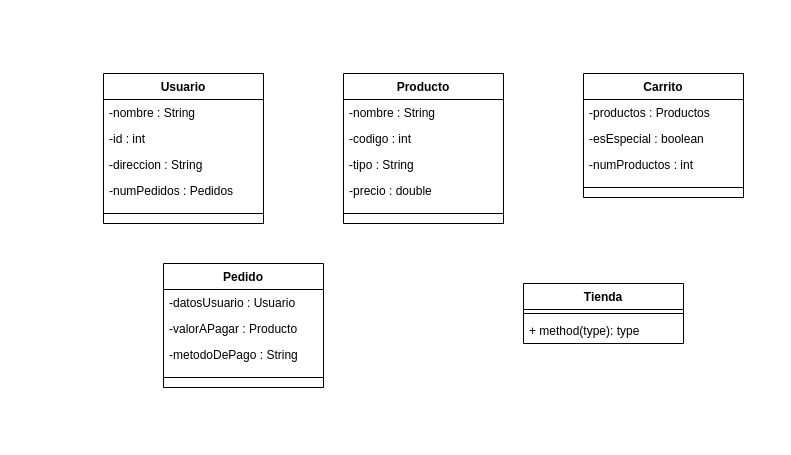
Above: Practica2-VerdugoCabreraWaltherSebastian/Sistema de e-commerce.drawio in verdugong/UPS-java-POO (draw.io), before the change. Source tidied: cells renumbered, new cells numbered last; positions are measured from the earlier drawing's top-left corner, leaving out a move shared by most shapes. Both pictures are drawn from the tidied source at 100%, with x=0, y=0 at pixel (103, 73).
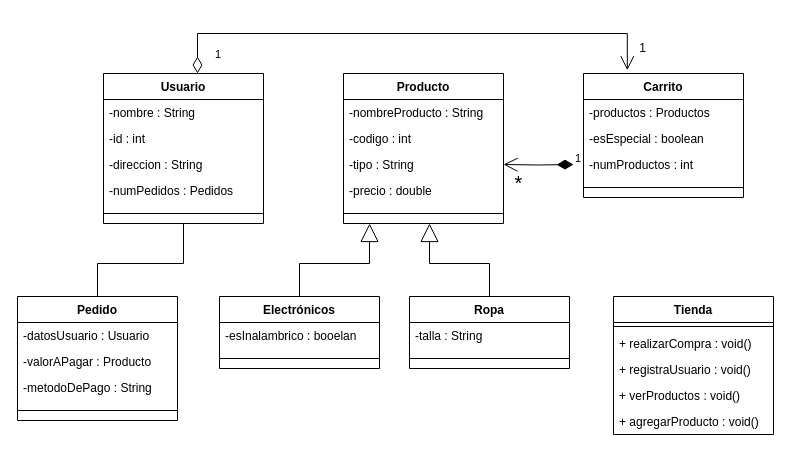
Above is the later version.

The change refers to these unchanged cells:
```xml
<mxCell id="8" value="Producto" style="swimlane;fontStyle=1;align=center;verticalAlign=top;horizontal=1;startSize=26;whiteSpace=wrap;html=1;" parent="1" vertex="1">
  <mxGeometry x="240" width="160" height="150" as="geometry" />
</mxCell>
<mxCell id="11" value="-tipo : String" style="text;strokeColor=none;fillColor=none;align=left;verticalAlign=top;spacingLeft=4;spacingRight=4;overflow=hidden;points=[[0,0.5],[1,0.5]];portConstraint=eastwest;whiteSpace=wrap;html=1;" parent="8" vertex="1">
  <mxGeometry y="78" width="160" height="26" as="geometry" />
</mxCell>
<mxCell id="13" style="line;strokeWidth=1;fillColor=none;align=left;verticalAlign=middle;spacingTop=-1;spacingLeft=3;spacingRight=3;labelPosition=right;points=[];portConstraint=eastwest;strokeColor=inherit;" parent="8" vertex="1">
  <mxGeometry y="130" width="160" height="20" as="geometry" />
</mxCell>
```

Diff of the diagram source:
```diff
@@
-    <mxCell id="9" value="-nombre : String" style="text;strokeColor=none;fillColor=none;align=left;verticalAlign=top;spacingLeft=4;spacingRight=4;overflow=hidden;whiteSpace=wrap;html=1;" parent="8" vertex="1">
+    <mxCell id="9" value="-nombreProducto : String" style="text;strokeColor=none;fillColor=none;align=left;verticalAlign=top;spacingLeft=4;spacingRight=4;overflow=hidden;whiteSpace=wrap;html=1;" parent="8" vertex="1">
       <mxGeometry y="26" width="160" height="26" as="geometry" />
     </mxCell>
@@
     <mxCell id="19" value="Pedido" style="swimlane;fontStyle=1;align=center;verticalAlign=top;horizontal=1;startSize=26;whiteSpace=wrap;html=1;" parent="1" vertex="1">
-      <mxGeometry x="60" y="190" width="160" height="124" as="geometry" />
+      <mxGeometry x="-86" y="223" width="160" height="124" as="geometry" />
     </mxCell>
@@
     <mxCell id="24" value="Tienda" style="swimlane;fontStyle=1;align=center;verticalAlign=top;horizontal=1;startSize=26;whiteSpace=wrap;html=1;" parent="1" vertex="1">
-      <mxGeometry x="420" y="210" width="160" height="60" as="geometry" />
+      <mxGeometry x="510" y="223" width="160" height="138" as="geometry" />
     </mxCell>
@@
+    <mxCell id="27" value="+ realizarCompra : void()" style="text;strokeColor=none;fillColor=none;align=left;verticalAlign=top;spacingLeft=4;spacingRight=4;overflow=hidden;whiteSpace=wrap;html=1;" parent="24" vertex="1">
+      <mxGeometry y="34" width="160" height="26" as="geometry" />
+    </mxCell>
-    <mxCell id="26" value="+ method(type): type" style="text;strokeColor=none;fillColor=none;align=left;verticalAlign=top;spacingLeft=4;spacingRight=4;overflow=hidden;whiteSpace=wrap;html=1;" parent="24" vertex="1">
-      <mxGeometry y="34" width="160" height="26" as="geometry" />
+    <mxCell id="26" value="+ registraUsuario : void()" style="text;strokeColor=none;fillColor=none;align=left;verticalAlign=top;spacingLeft=4;spacingRight=4;overflow=hidden;whiteSpace=wrap;html=1;" parent="24" vertex="1">
+      <mxGeometry y="60" width="160" height="26" as="geometry" />
     </mxCell>
+    <mxCell id="28" value="+ verProductos : void()" style="text;strokeColor=none;fillColor=none;align=left;verticalAlign=top;spacingLeft=4;spacingRight=4;overflow=hidden;whiteSpace=wrap;html=1;" parent="24" vertex="1">
+      <mxGeometry y="86" width="160" height="26" as="geometry" />
+    </mxCell>
+    <mxCell id="29" value="+ agregarProducto : void()" style="text;strokeColor=none;fillColor=none;align=left;verticalAlign=top;spacingLeft=4;spacingRight=4;overflow=hidden;whiteSpace=wrap;html=1;" parent="24" vertex="1">
+      <mxGeometry y="112" width="160" height="26" as="geometry" />
+    </mxCell>
+    <mxCell id="30" style="endArrow=none;html=1;rounded=0;exitX=0.5;exitY=0;exitDx=0;exitDy=0;" parent="1" edge="1" source="19">
+      <mxGeometry relative="1" as="geometry">
+        <mxPoint x="80" y="150" as="targetPoint" />
+        <Array as="points">
+          <mxPoint x="-6" y="190" />
+          <mxPoint x="80" y="190" />
+        </Array>
+      </mxGeometry>
+    </mxCell>
+    <mxCell id="31" value="1" style="endArrow=open;html=1;endSize=12;startArrow=diamondThin;startSize=14;startFill=1;edgeStyle=orthogonalEdgeStyle;align=left;verticalAlign=bottom;rounded=0;entryX=1;entryY=0.5;entryDx=0;entryDy=0;" parent="1" edge="1" target="11">
+      <mxGeometry x="-1" y="3" relative="1" as="geometry">
+        <mxPoint x="470" y="91" as="sourcePoint" />
+      </mxGeometry>
+    </mxCell>
+    <mxCell id="32" value="&lt;font style=&quot;font-size: 20px;&quot;&gt;*&lt;/font&gt;" style="text;html=1;align=center;verticalAlign=middle;strokeColor=none;fillColor=none;" parent="1" vertex="1">
+      <mxGeometry x="400" y="89" width="30" height="40" as="geometry" />
+    </mxCell>
+    <mxCell id="33" value="1" style="endArrow=open;html=1;endSize=12;startArrow=diamondThin;startSize=14;startFill=0;edgeStyle=orthogonalEdgeStyle;align=left;verticalAlign=bottom;rounded=0;entryX=0.442;entryY=-0.027;entryDx=0;entryDy=0;entryPerimeter=0;" parent="1" edge="1">
+      <mxGeometry x="-0.96" y="-16" relative="1" as="geometry">
+        <mxPoint x="94" as="sourcePoint" />
+        <mxPoint x="523.8" y="-3.3" as="targetPoint" />
+        <Array as="points">
+          <mxPoint x="94" y="-40" />
+          <mxPoint x="524" y="-40" />
+        </Array>
+      </mxGeometry>
+    </mxCell>
+    <mxCell id="34" value="1" style="text;html=1;align=center;verticalAlign=middle;strokeColor=none;fillColor=none;" parent="1" vertex="1">
+      <mxGeometry x="524" y="-40" width="30" height="30" as="geometry" />
+    </mxCell>
+    <mxCell id="35" value="Electrónicos" style="swimlane;fontStyle=1;align=center;verticalAlign=top;horizontal=1;startSize=26;whiteSpace=wrap;html=1;" parent="1" vertex="1">
+      <mxGeometry x="116" y="223" width="160" height="72" as="geometry" />
+    </mxCell>
+    <mxCell id="36" value="-esInalambrico : booelan" style="text;strokeColor=none;fillColor=none;align=left;verticalAlign=top;spacingLeft=4;spacingRight=4;overflow=hidden;whiteSpace=wrap;html=1;" parent="35" vertex="1">
+      <mxGeometry y="26" width="160" height="26" as="geometry" />
+    </mxCell>
+    <mxCell id="37" style="line;strokeWidth=1;fillColor=none;align=left;verticalAlign=middle;spacingTop=-1;spacingLeft=3;spacingRight=3;labelPosition=right;strokeColor=inherit;" parent="35" vertex="1">
+      <mxGeometry y="52" width="160" height="20" as="geometry" />
+    </mxCell>
+    <mxCell id="38" value="Ropa" style="swimlane;fontStyle=1;align=center;verticalAlign=top;horizontal=1;startSize=26;whiteSpace=wrap;html=1;" parent="1" vertex="1">
+      <mxGeometry x="306" y="223" width="160" height="72" as="geometry" />
+    </mxCell>
+    <mxCell id="39" value="-talla : String" style="text;strokeColor=none;fillColor=none;align=left;verticalAlign=top;spacingLeft=4;spacingRight=4;overflow=hidden;whiteSpace=wrap;html=1;" parent="38" vertex="1">
+      <mxGeometry y="26" width="160" height="26" as="geometry" />
+    </mxCell>
+    <mxCell id="40" style="line;strokeWidth=1;fillColor=none;align=left;verticalAlign=middle;spacingTop=-1;spacingLeft=3;spacingRight=3;labelPosition=right;strokeColor=inherit;" parent="38" vertex="1">
+      <mxGeometry y="52" width="160" height="20" as="geometry" />
+    </mxCell>
+    <mxCell id="41" style="endArrow=block;endSize=16;endFill=0;html=1;rounded=0;exitX=0.5;exitY=0;exitDx=0;exitDy=0;entryX=0.163;entryY=1;entryDx=0;entryDy=0;entryPerimeter=0;" parent="1" edge="1" source="35" target="13">
+      <mxGeometry relative="1" as="geometry">
+        <Array as="points">
+          <mxPoint x="196" y="190" />
+          <mxPoint x="266" y="190" />
+        </Array>
+      </mxGeometry>
+    </mxCell>
+    <mxCell id="42" style="endArrow=block;endSize=16;endFill=0;html=1;rounded=0;exitX=0.5;exitY=0;exitDx=0;exitDy=0;" parent="1" edge="1" source="38">
+      <mxGeometry relative="1" as="geometry">
+        <mxPoint x="326" y="150" as="targetPoint" />
+        <Array as="points">
+          <mxPoint x="386" y="190" />
+          <mxPoint x="326" y="190" />
+        </Array>
+      </mxGeometry>
+    </mxCell>
```
